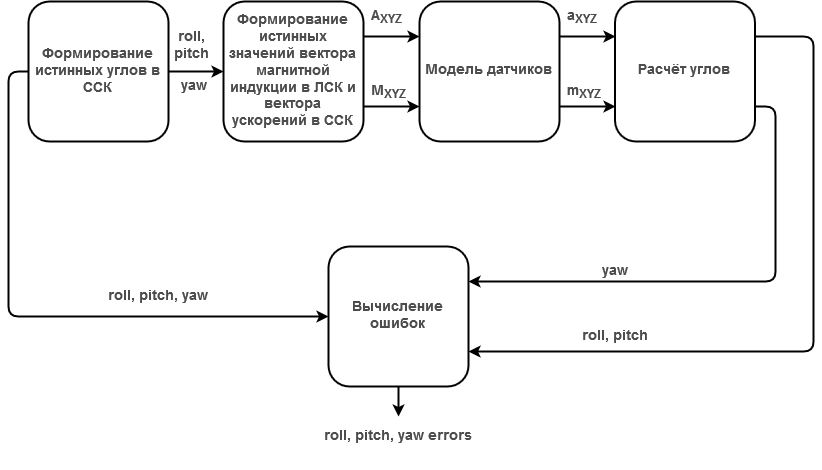
DaryaMalafeeva/mems-errors keeps this draw.io diagram as Untitled Diagram.png. Above is the earlier version. Source tidied: cells renumbered, new cells last; positions are measured from the earlier drawing's top-left corner, leaving out a move shared by most shapes.
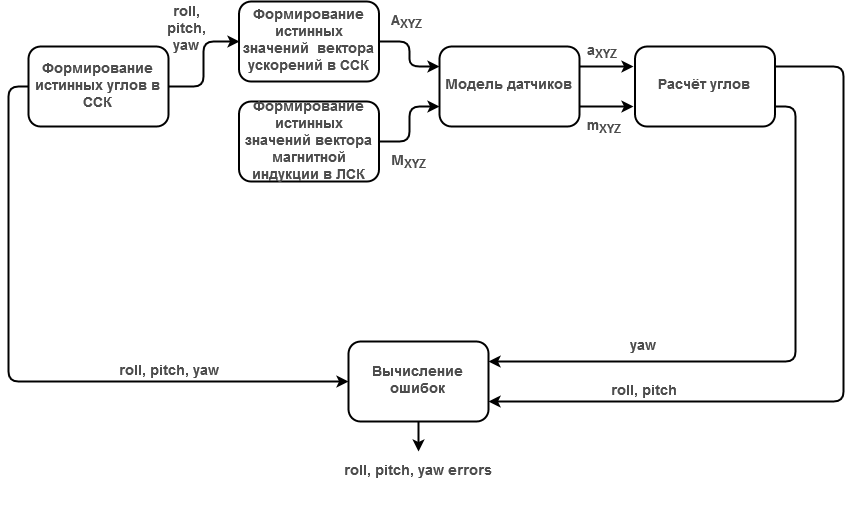
The same file after the commit.

What changed in the source:
```diff
@@ -2,43 +2,47 @@
   <root>
     <mxCell id="0" />
     <mxCell id="1" parent="0" />
-    <mxCell id="2" style="edgeStyle=orthogonalEdgeStyle;rounded=1;jettySize=auto;html=1;exitX=1;exitY=0.25;exitDx=0;exitDy=0;entryX=0;entryY=0.25;entryDx=0;entryDy=0;strokeColor=#000000;strokeWidth=2;shadow=0;fontSize=12;fillColor=#ffffff;glass=0;" parent="1" edge="1" source="4" target="9">
+    <mxCell id="2" style="edgeStyle=orthogonalEdgeStyle;rounded=1;jettySize=auto;html=1;exitX=1;exitY=0.5;exitDx=0;exitDy=0;entryX=0;entryY=0.25;entryDx=0;entryDy=0;strokeColor=#000000;strokeWidth=2;shadow=0;fontSize=12;fillColor=#ffffff;glass=0;" parent="1" edge="1" source="30" target="9">
       <mxGeometry relative="1" as="geometry" />
     </mxCell>
-    <mxCell id="3" style="edgeStyle=orthogonalEdgeStyle;rounded=1;jettySize=auto;html=1;exitX=1;exitY=0.75;exitDx=0;exitDy=0;entryX=0;entryY=0.75;entryDx=0;entryDy=0;strokeColor=#000000;strokeWidth=2;shadow=0;fontSize=12;fillColor=#ffffff;glass=0;" parent="1" edge="1" source="4" target="9">
+    <mxCell id="3" style="edgeStyle=orthogonalEdgeStyle;rounded=1;jettySize=auto;html=1;exitX=1;exitY=0.5;exitDx=0;exitDy=0;entryX=0;entryY=0.75;entryDx=0;entryDy=0;strokeColor=#000000;strokeWidth=2;shadow=0;fontSize=12;fillColor=#ffffff;glass=0;" parent="1" edge="1" source="29" target="9">
       <mxGeometry relative="1" as="geometry" />
     </mxCell>
-    <mxCell id="4" value="&lt;font style=&quot;font-size: 14px&quot; color=&quot;#4D4D4D&quot;&gt;&lt;b&gt;Формирование истинных значений вектора магнитной индукции в ЛСК и вектора ускорений в ССК &lt;/b&gt;&lt;/font&gt;" style="rounded=1;whiteSpace=wrap;html=1;comic=0;shadow=0;strokeColor=#000000;glass=0;strokeWidth=2;" parent="1" vertex="1">
-      <mxGeometry x="195" width="140" height="140" as="geometry" />
-    </mxCell>
     <mxCell id="5" style="edgeStyle=orthogonalEdgeStyle;rounded=1;jettySize=auto;html=1;exitX=0;exitY=0.5;exitDx=0;exitDy=0;entryX=0;entryY=0.5;entryDx=0;entryDy=0;strokeColor=#000000;strokeWidth=2;shadow=0;fontSize=12;fillColor=#ffffff;glass=0;" parent="1" edge="1" source="6" target="14">
       <mxGeometry relative="1" as="geometry" />
     </mxCell>
+    <mxCell id="26" style="edgeStyle=orthogonalEdgeStyle;rounded=1;jettySize=auto;html=1;exitX=1;exitY=0.5;exitDx=0;exitDy=0;entryX=0;entryY=0.5;entryDx=0;entryDy=0;strokeColor=#000000;shadow=0;fontSize=12;strokeWidth=2;fillColor=#ffffff;glass=0;" parent="1" edge="1" source="6" target="30">
+      <mxGeometry relative="1" as="geometry" />
+    </mxCell>
     <mxCell id="6" value="&lt;font style=&quot;font-size: 14px&quot; color=&quot;#4D4D4D&quot;&gt;&lt;b&gt;Формирование истинных углов в ССК &lt;/b&gt;&lt;/font&gt;" style="rounded=1;whiteSpace=wrap;html=1;glass=0;shadow=0;strokeColor=#000000;strokeWidth=2;" parent="1" vertex="1">
-      <mxGeometry width="140" height="140" as="geometry" />
+      <mxGeometry x="-20" y="10" width="140" height="80" as="geometry" />
     </mxCell>
-    <mxCell id="7" style="edgeStyle=orthogonalEdgeStyle;rounded=1;jettySize=auto;html=1;exitX=1;exitY=0.25;exitDx=0;exitDy=0;entryX=0;entryY=0.25;entryDx=0;entryDy=0;strokeColor=#000000;strokeWidth=2;shadow=0;fontSize=12;fillColor=#ffffff;glass=0;" parent="1" edge="1" source="9" target="12">
-      <mxGeometry relative="1" as="geometry" />
-    </mxCell>
-    <mxCell id="8" style="edgeStyle=orthogonalEdgeStyle;rounded=1;jettySize=auto;html=1;exitX=1;exitY=0.75;exitDx=0;exitDy=0;entryX=0;entryY=0.75;entryDx=0;entryDy=0;strokeColor=#000000;strokeWidth=2;shadow=0;fontSize=12;fillColor=#ffffff;glass=0;" parent="1" edge="1" source="9" target="12">
-      <mxGeometry relative="1" as="geometry" />
-    </mxCell>
+    <mxCell id="27" style="edgeStyle=orthogonalEdgeStyle;rounded=1;jettySize=auto;html=1;exitX=1;exitY=0.25;exitDx=0;exitDy=0;strokeColor=#000000;shadow=0;fontSize=12;strokeWidth=2;fillColor=#ffffff;glass=0;" parent="1" edge="1" source="9">
+      <mxGeometry relative="1" as="geometry">
+        <mxPoint x="585" y="30" as="targetPoint" />
+      </mxGeometry>
+    </mxCell>
+    <mxCell id="28" style="edgeStyle=orthogonalEdgeStyle;rounded=1;jettySize=auto;html=1;exitX=1;exitY=0.75;exitDx=0;exitDy=0;strokeColor=#000000;shadow=0;fontSize=12;strokeWidth=2;fillColor=#ffffff;glass=0;" parent="1" edge="1" source="9">
+      <mxGeometry relative="1" as="geometry">
+        <mxPoint x="585" y="70" as="targetPoint" />
+      </mxGeometry>
+    </mxCell>
     <mxCell id="9" value="&lt;font style=&quot;font-size: 14px&quot; color=&quot;#4D4D4D&quot;&gt;&lt;b&gt;Модель датчиков&lt;br&gt;&lt;/b&gt;&lt;/font&gt;" style="rounded=1;whiteSpace=wrap;html=1;shadow=0;strokeColor=#000000;glass=0;strokeWidth=2;" parent="1" vertex="1">
-      <mxGeometry x="391" width="140" height="140" as="geometry" />
+      <mxGeometry x="391" y="10" width="140" height="80" as="geometry" />
     </mxCell>
     <mxCell id="10" style="edgeStyle=orthogonalEdgeStyle;rounded=1;jettySize=auto;html=1;exitX=1;exitY=0.75;exitDx=0;exitDy=0;entryX=1;entryY=0.25;entryDx=0;entryDy=0;strokeColor=#000000;strokeWidth=2;shadow=0;fontSize=12;fillColor=#ffffff;glass=0;" parent="1" edge="1" source="12" target="14">
       <mxGeometry relative="1" as="geometry" />
     </mxCell>
-    <mxCell id="11" style="edgeStyle=orthogonalEdgeStyle;rounded=1;jettySize=auto;html=1;exitX=1;exitY=0.25;exitDx=0;exitDy=0;entryX=1;entryY=0.75;entryDx=0;entryDy=0;strokeColor=#000000;strokeWidth=2;shadow=0;fontSize=12;fillColor=#ffffff;glass=0;" parent="1" edge="1" source="12" target="14">
+    <mxCell id="11" style="edgeStyle=orthogonalEdgeStyle;rounded=1;jettySize=auto;html=1;exitX=1;exitY=0.25;exitDx=0;exitDy=0;entryX=1;entryY=0.75;entryDx=0;entryDy=0;strokeColor=#000000;shadow=0;fontSize=12;strokeWidth=2;fillColor=#ffffff;glass=0;" parent="1" edge="1" source="12" target="14">
       <mxGeometry relative="1" as="geometry">
         <Array as="points">
-          <mxPoint x="785" y="35" />
-          <mxPoint x="785" y="350" />
+          <mxPoint x="795" y="30" />
+          <mxPoint x="795" y="365" />
         </Array>
       </mxGeometry>
     </mxCell>
     <mxCell id="12" value="&lt;font style=&quot;font-size: 14px&quot; color=&quot;#4D4D4D&quot;&gt;&lt;b&gt;Расчёт углов&lt;br&gt;&lt;/b&gt;&lt;/font&gt;" style="rounded=1;whiteSpace=wrap;html=1;shadow=0;strokeColor=#000000;glass=0;strokeWidth=2;" parent="1" vertex="1">
-      <mxGeometry x="586.5" width="140" height="140" as="geometry" />
+      <mxGeometry x="586.5" y="10" width="140" height="80" as="geometry" />
     </mxCell>
     <mxCell id="13" style="edgeStyle=orthogonalEdgeStyle;rounded=1;jettySize=auto;html=1;exitX=0.5;exitY=1;exitDx=0;exitDy=0;strokeColor=#000000;strokeWidth=2;shadow=0;fontSize=12;fillColor=#ffffff;glass=0;" parent="1" edge="1" source="14">
       <mxGeometry relative="1" as="geometry">
@@ -46,21 +50,16 @@
       </mxGeometry>
     </mxCell>
     <mxCell id="14" value="&lt;font style=&quot;font-size: 14px&quot; color=&quot;#4D4D4D&quot;&gt;&lt;b&gt;Вычисление ошибок&lt;br&gt;&lt;/b&gt;&lt;/font&gt;" style="rounded=1;whiteSpace=wrap;html=1;shadow=0;strokeColor=#000000;glass=0;strokeWidth=2;" parent="1" vertex="1">
-      <mxGeometry x="300" y="245" width="140" height="140" as="geometry" />
+      <mxGeometry x="300" y="305" width="140" height="80" as="geometry" />
     </mxCell>
-    <mxCell id="15" style="html=1;exitX=1;exitY=0.5;exitDx=0;exitDy=0;strokeColor=#000000;strokeWidth=2;rounded=1;shadow=0;fontSize=12;fillColor=#ffffff;glass=0;" parent="1" edge="1" source="6">
-      <mxGeometry relative="1" as="geometry">
-        <mxPoint x="195" y="70" as="targetPoint" />
-      </mxGeometry>
-    </mxCell>
-    <mxCell id="16" value="&lt;font style=&quot;font-size: 14px&quot; color=&quot;#4D4D4D&quot;&gt;&lt;b&gt;roll, pitch&lt;/b&gt;&lt;/font&gt;" style="text;html=1;strokeColor=none;fillColor=none;align=center;verticalAlign=middle;whiteSpace=wrap;rounded=0;shadow=1;glass=0;comic=0;" parent="1" vertex="1">
-      <mxGeometry x="147.5" y="25" width="30" height="40" as="geometry" />
+    <mxCell id="16" value="&lt;font style=&quot;font-size: 14px&quot; color=&quot;#4D4D4D&quot;&gt;&lt;b&gt;roll, pitch,&lt;/b&gt;&lt;/font&gt;" style="text;html=1;strokeColor=none;fillColor=none;align=center;verticalAlign=middle;whiteSpace=wrap;rounded=0;shadow=1;glass=0;comic=0;" parent="1" vertex="1">
+      <mxGeometry x="122.5" y="-35" width="30" height="40" as="geometry" />
     </mxCell>
     <mxCell id="17" value="&lt;font style=&quot;font-size: 14px&quot; color=&quot;#4D4D4D&quot;&gt;&lt;b&gt;A&lt;sub&gt;XYZ&lt;/sub&gt;&lt;/b&gt;&lt;/font&gt;" style="text;html=1;align=left;verticalAlign=top;spacingTop=-4;" parent="1" vertex="1">
-      <mxGeometry x="341" y="5" width="50" height="20" as="geometry" />
+      <mxGeometry x="341" y="-25" width="50" height="20" as="geometry" />
     </mxCell>
     <mxCell id="18" value="&lt;font style=&quot;font-size: 14px&quot; color=&quot;#4D4D4D&quot;&gt;&lt;b&gt;M&lt;sub&gt;XYZ&lt;/sub&gt;&lt;/b&gt;&lt;/font&gt;" style="text;html=1;align=left;verticalAlign=top;spacingTop=-4;" parent="1" vertex="1">
-      <mxGeometry x="341" y="80" width="50" height="20" as="geometry" />
+      <mxGeometry x="341" y="115" width="50" height="20" as="geometry" />
     </mxCell>
     <mxCell id="19" value="&lt;font style=&quot;font-size: 14px&quot; color=&quot;#4D4D4D&quot;&gt;&lt;b&gt;a&lt;sub&gt;XYZ&lt;/sub&gt;&lt;/b&gt;&lt;/font&gt;" style="text;html=1;align=left;verticalAlign=top;spacingTop=-4;" parent="1" vertex="1">
       <mxGeometry x="536.5" y="5" width="50" height="20" as="geometry" />
@@ -69,19 +68,25 @@
       <mxGeometry x="536.5" y="80" width="50" height="20" as="geometry" />
     </mxCell>
     <mxCell id="21" value="&lt;font style=&quot;font-size: 14px&quot; color=&quot;#4D4D4D&quot;&gt;&lt;b&gt;roll, pitch&lt;br&gt;&lt;/b&gt;&lt;/font&gt;" style="text;html=1;strokeColor=none;fillColor=none;align=center;verticalAlign=middle;whiteSpace=wrap;rounded=0;shadow=1;glass=0;comic=0;" parent="1" vertex="1">
-      <mxGeometry x="545" y="305" width="83" height="60" as="geometry" />
+      <mxGeometry x="554" y="325" width="83" height="60" as="geometry" />
     </mxCell>
     <mxCell id="22" value="&lt;font style=&quot;font-size: 14px&quot; color=&quot;#4D4D4D&quot;&gt;&lt;b&gt;yaw&lt;br&gt;&lt;/b&gt;&lt;/font&gt;" style="text;html=1;strokeColor=none;fillColor=none;align=center;verticalAlign=middle;whiteSpace=wrap;rounded=0;shadow=1;glass=0;comic=0;" parent="1" vertex="1">
-      <mxGeometry x="554" y="255" width="65" height="30" as="geometry" />
+      <mxGeometry x="562.5" y="295" width="65" height="30" as="geometry" />
     </mxCell>
     <mxCell id="23" value="&lt;font style=&quot;font-size: 14px&quot; color=&quot;#4D4D4D&quot;&gt;&lt;b&gt;roll, pitch, yaw&lt;/b&gt;&lt;/font&gt;" style="text;html=1;strokeColor=none;fillColor=none;align=center;verticalAlign=middle;whiteSpace=wrap;rounded=0;shadow=1;glass=0;comic=0;" parent="1" vertex="1">
-      <mxGeometry x="71" y="265" width="115" height="60" as="geometry" />
+      <mxGeometry x="62.5" y="305" width="115" height="60" as="geometry" />
     </mxCell>
     <mxCell id="24" value="&lt;font style=&quot;font-size: 14px&quot; color=&quot;#4D4D4D&quot;&gt;&lt;b&gt;roll, pitch, yaw errors&lt;br&gt;&lt;/b&gt;&lt;/font&gt;" style="text;html=1;strokeColor=none;fillColor=none;align=center;verticalAlign=middle;whiteSpace=wrap;rounded=0;shadow=1;glass=0;comic=0;" parent="1" vertex="1">
       <mxGeometry x="287.5" y="405" width="165" height="60" as="geometry" />
     </mxCell>
     <mxCell id="25" value="&lt;font style=&quot;font-size: 14px&quot; color=&quot;#4D4D4D&quot;&gt;&lt;b&gt;&amp;nbsp;yaw&lt;/b&gt;&lt;/font&gt;" style="text;html=1;strokeColor=none;fillColor=none;align=center;verticalAlign=middle;whiteSpace=wrap;rounded=0;shadow=1;glass=0;comic=0;" parent="1" vertex="1">
-      <mxGeometry x="145" y="75" width="35" height="20" as="geometry" />
+      <mxGeometry x="117.5" width="35" height="20" as="geometry" />
     </mxCell>
+    <mxCell id="29" value="&lt;font style=&quot;font-size: 14px&quot; color=&quot;#4D4D4D&quot;&gt;&lt;b&gt;Формирование истинных значений вектора магнитной индукции в ЛСК &lt;/b&gt;&lt;/font&gt;" style="rounded=1;whiteSpace=wrap;html=1;comic=0;shadow=0;strokeColor=#000000;glass=0;strokeWidth=2;" parent="1" vertex="1">
+      <mxGeometry x="190.5" y="65" width="140" height="80" as="geometry" />
+    </mxCell>
+    <mxCell id="30" value="&lt;font style=&quot;font-size: 14px&quot; color=&quot;#4D4D4D&quot;&gt;&lt;b&gt;Формирование истинных значений&amp;nbsp; вектора ускорений в ССК &lt;/b&gt;&lt;/font&gt;" style="rounded=1;whiteSpace=wrap;html=1;comic=0;shadow=0;strokeColor=#000000;glass=0;strokeWidth=2;" parent="1" vertex="1">
+      <mxGeometry x="190.5" y="-35" width="140" height="80" as="geometry" />
+    </mxCell>
   </root>
 </mxGraphModel>
```
